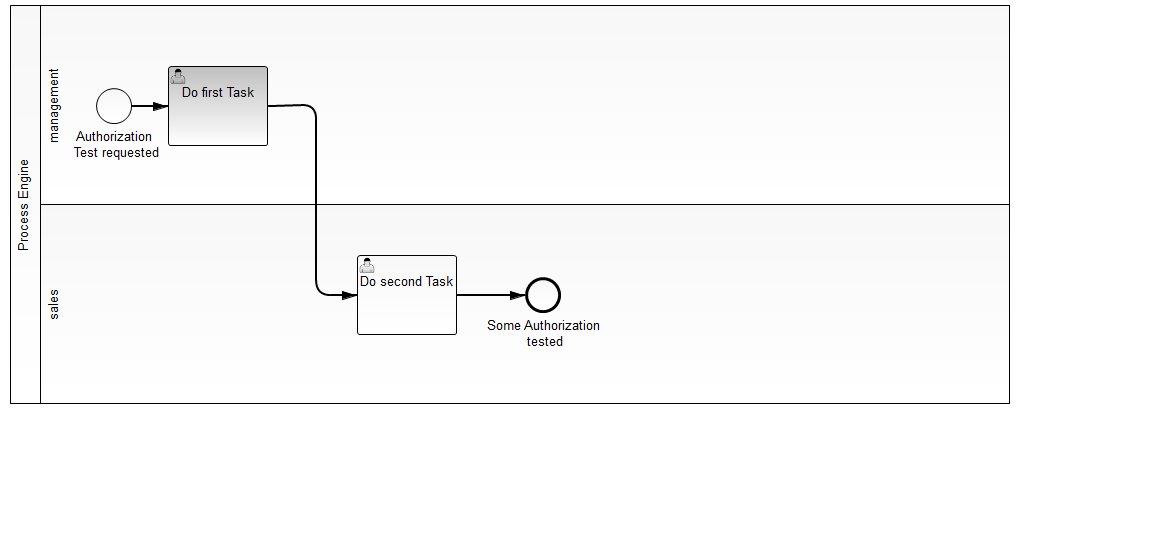
Before: snippets/authorization-demo/src/main/resources/process.png, a diagram exported from BPMN (camunda-consulting/camunda-7-code-examples). Its source is kept beside it as snippets/authorization-demo/src/main/resources/process.bpmn. Ids are renumbered.
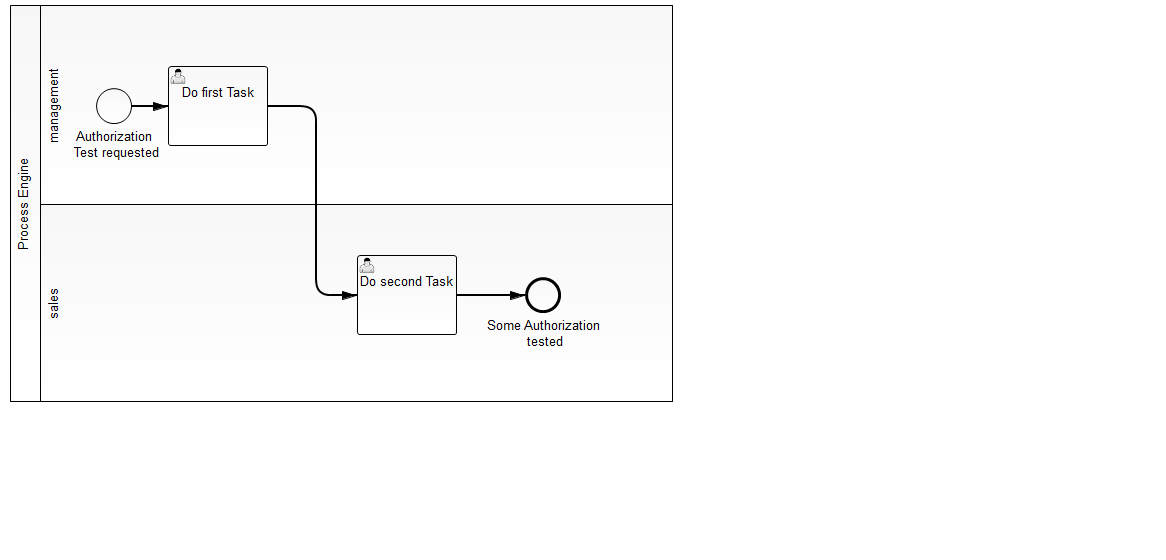
Above is the later version.

What changed in the source:
```diff
@@ -34,7 +34,7 @@
   <bpmndi:BPMNDiagram id="BPMNDiagram_1" name="Default Collaboration Diagram">
     <bpmndi:BPMNPlane id="BPMNPlane_1" bpmnElement="Collaboration_1">
       <bpmndi:BPMNShape id="BPMNShape_1" bpmnElement="Process_Engine" isHorizontal="true">
-        <dc:Bounds height="399.0" width="1000.0" x="10.0" y="0.0"/>
+        <dc:Bounds height="397.0" width="663.0" x="10.0" y="0.0"/>
       </bpmndi:BPMNShape>
       <bpmndi:BPMNShape id="BPMNShape_StartEvent_1" bpmnElement="StartEvent_1">
         <dc:Bounds height="36.0" width="36.0" x="96.0" y="83.0"/>
@@ -59,12 +59,12 @@
         <dc:Bounds height="80.0" width="100.0" x="168.0" y="61.0"/>
       </bpmndi:BPMNShape>
       <bpmndi:BPMNEdge id="BPMNEdge_SequenceFlow_2" bpmnElement="SequenceFlow_2" sourceElement="_BPMNShape_Task_2" targetElement="_BPMNShape_Task_3">
-        <di:waypoint xsi:type="dc:Point" x="268.0" y="100.0"/>
-        <di:waypoint xsi:type="dc:Point" x="316.0" y="99.0"/>
+        <di:waypoint xsi:type="dc:Point" x="268.0" y="101.0"/>
+        <di:waypoint xsi:type="dc:Point" x="316.0" y="101.0"/>
         <di:waypoint xsi:type="dc:Point" x="316.0" y="290.0"/>
         <di:waypoint xsi:type="dc:Point" x="357.0" y="290.0"/>
         <bpmndi:BPMNLabel>
-          <dc:Bounds height="6.0" width="6.0" x="273.0" y="100.0"/>
+          <dc:Bounds height="6.0" width="6.0" x="273.0" y="101.0"/>
         </bpmndi:BPMNLabel>
       </bpmndi:BPMNEdge>
       <bpmndi:BPMNShape id="_BPMNShape_Task_3" bpmnElement="Task_2">
@@ -78,10 +78,10 @@
         </bpmndi:BPMNLabel>
       </bpmndi:BPMNEdge>
       <bpmndi:BPMNShape id="_BPMNShape_Lane_2" bpmnElement="Lane_1" isHorizontal="true">
-        <dc:Bounds height="200.0" width="970.0" x="40.0" y="0.0"/>
+        <dc:Bounds height="200.0" width="633.0" x="40.0" y="0.0"/>
       </bpmndi:BPMNShape>
       <bpmndi:BPMNShape id="_BPMNShape_Lane_3" bpmnElement="Lane_2" isHorizontal="true">
-        <dc:Bounds height="200.0" width="970.0" x="40.0" y="199.0"/>
+        <dc:Bounds height="198.0" width="633.0" x="40.0" y="199.0"/>
       </bpmndi:BPMNShape>
     </bpmndi:BPMNPlane>
   </bpmndi:BPMNDiagram>
```
